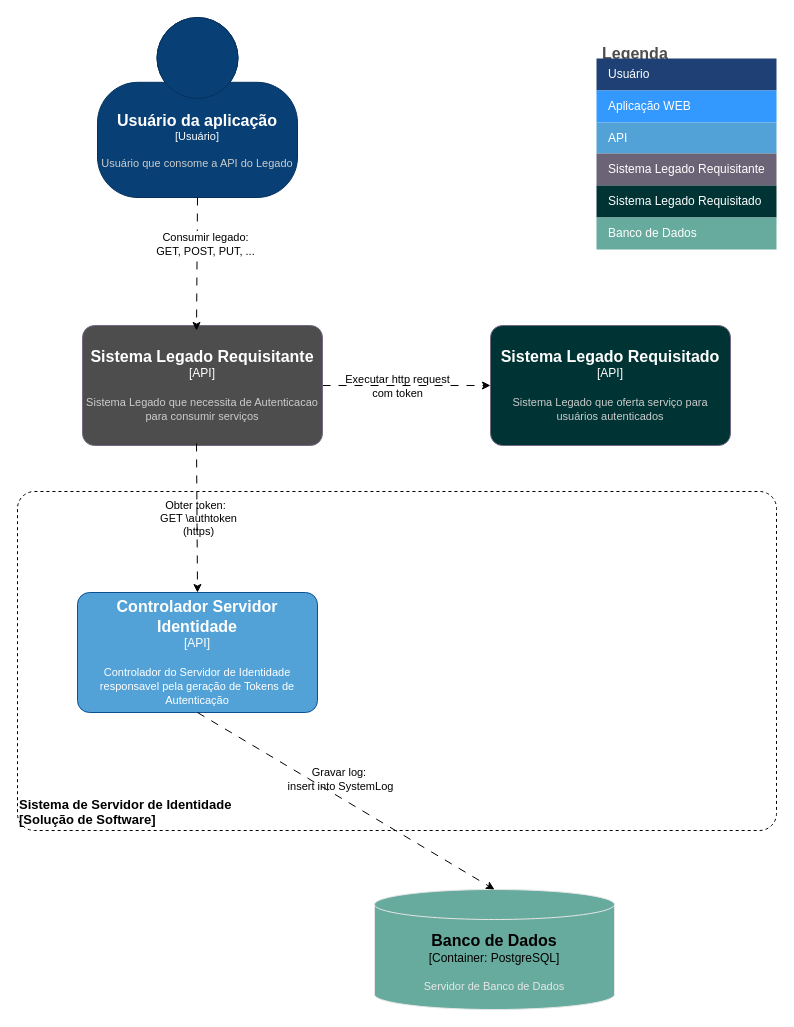
This is page "Container - Controlador" (5 of 8) of Sprint 1/Projeto Aplicado.drawio from luisfabiosm/Projeto-Aplicado, a draw.io file, before an edit. Source tidied: cells renumbered, new cells numbered last; positions are measured from the earlier drawing's top-left corner, leaving out a move shared by most shapes. Both pictures are drawn from the tidied source at 100%, with x=0, y=0 at pixel (17, 17).
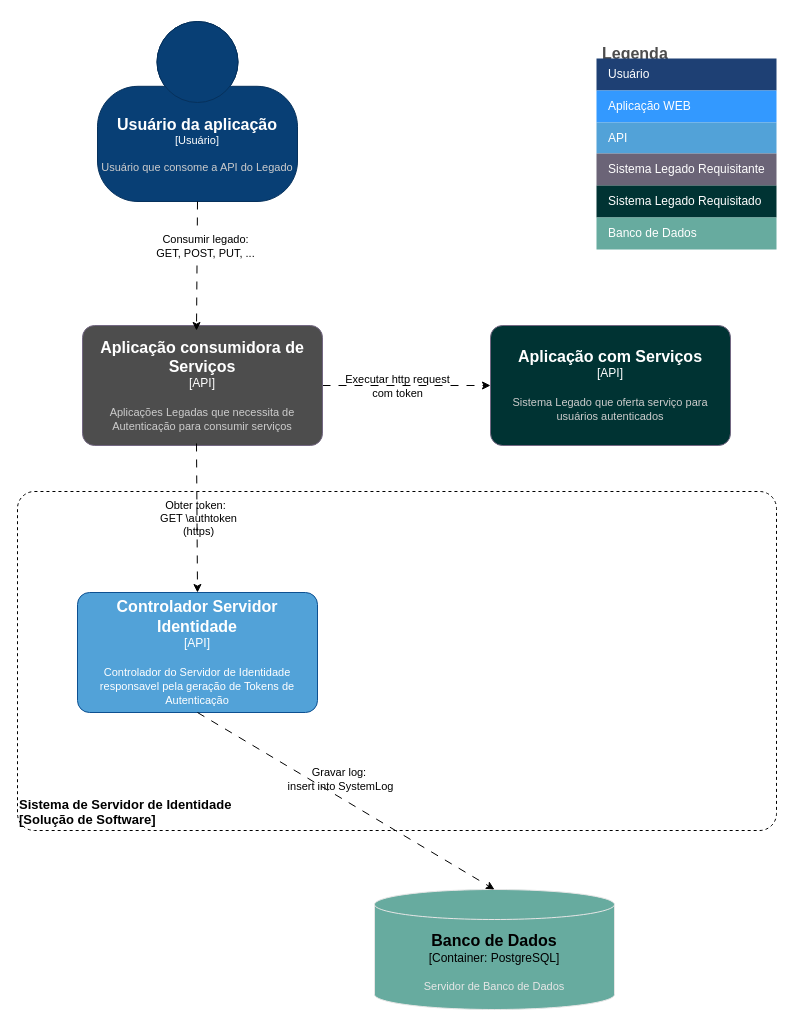
Above is the later version.

The edit, as a diff of the source:
```diff
@@
-    <object id="9" label="&lt;font style=&quot;font-size: 16px&quot;&gt;&lt;b&gt;%c4Name%&lt;/b&gt;&lt;/font&gt;&lt;div&gt;[%c4Type%]&lt;/div&gt;&lt;br&gt;&lt;div&gt;&lt;font style=&quot;font-size: 11px&quot;&gt;&lt;font color=&quot;#cccccc&quot;&gt;%c4Description%&lt;/font&gt;&lt;/div&gt;" c4Description="Sistema Legado que necessita de Autenticacao para consumir serviços" c4Name="Sistema Legado Requisitante" c4Type="API" placeholders="1">
+    <object id="9" label="&lt;font style=&quot;font-size: 16px&quot;&gt;&lt;b&gt;%c4Name%&lt;/b&gt;&lt;/font&gt;&lt;div&gt;[%c4Type%]&lt;/div&gt;&lt;br&gt;&lt;div&gt;&lt;font style=&quot;font-size: 11px&quot;&gt;&lt;font color=&quot;#cccccc&quot;&gt;%c4Description%&lt;/font&gt;&lt;/div&gt;" c4Description="Aplicações Legadas que necessita de Autenticação para consumir serviços" c4Name="Aplicação consumidora de Serviços" c4Type="API" placeholders="1">
       <mxCell style="rounded=1;whiteSpace=wrap;html=1;labelBackgroundColor=none;fillColor=#4D4D4D;fontColor=#ffffff;align=center;arcSize=10;strokeColor=#736782;points=[[0.25,0,0],[0.5,0,0],[0.75,0,0],[1,0.25,0],[1,0.5,0],[1,0.75,0],[0.75,1,0],[0.5,1,0],[0.25,1,0],[0,0.75,0],[0,0.5,0],[0,0.25,0]];" parent="1" vertex="1">
         <mxGeometry x="65" y="308" width="240" height="120" as="geometry" />
       </mxCell>
     </object>
@@
-    <object id="12" label="&lt;font style=&quot;font-size: 16px&quot;&gt;&lt;b&gt;%c4Name%&lt;/b&gt;&lt;/font&gt;&lt;div&gt;[%c4Type%]&lt;/div&gt;&lt;br&gt;&lt;div&gt;&lt;font style=&quot;font-size: 11px&quot;&gt;&lt;font color=&quot;#cccccc&quot;&gt;%c4Description%&lt;/font&gt;&lt;/div&gt;" c4Description="Sistema Legado que oferta serviço para usuários autenticados" c4Name="Sistema Legado Requisitado" c4Type="API" placeholders="1">
+    <object id="12" label="&lt;font style=&quot;font-size: 16px&quot;&gt;&lt;b&gt;%c4Name%&lt;/b&gt;&lt;/font&gt;&lt;div&gt;[%c4Type%]&lt;/div&gt;&lt;br&gt;&lt;div&gt;&lt;font style=&quot;font-size: 11px&quot;&gt;&lt;font color=&quot;#cccccc&quot;&gt;%c4Description%&lt;/font&gt;&lt;/div&gt;" c4Description="Sistema Legado que oferta serviço para usuários autenticados" c4Name="Aplicação com Serviços" c4Type="API" placeholders="1">
       <mxCell style="rounded=1;whiteSpace=wrap;html=1;labelBackgroundColor=none;fillColor=#003333;fontColor=#ffffff;align=center;arcSize=10;strokeColor=#736782;points=[[0.25,0,0],[0.5,0,0],[0.75,0,0],[1,0.25,0],[1,0.5,0],[1,0.75,0],[0.75,1,0],[0.5,1,0],[0.25,1,0],[0,0.75,0],[0,0.5,0],[0,0.25,0]];" parent="1" vertex="1">
         <mxGeometry x="473" y="308" width="240" height="120" as="geometry" />
       </mxCell>
     </object>
@@
     <object id="26" label="&lt;font style=&quot;font-size: 16px&quot;&gt;&lt;b&gt;%c4Name%&lt;/b&gt;&lt;/font&gt;&lt;div&gt;[%c4Type%]&lt;/div&gt;&lt;br&gt;&lt;div&gt;&lt;font style=&quot;font-size: 11px&quot;&gt;&lt;font color=&quot;#cccccc&quot;&gt;%c4Description%&lt;/font&gt;&lt;/div&gt;" c4Description="Usuário que consome a API do Legado" c4Name="Usuário da aplicação" c4Type="Usuário" placeholders="1">
       <mxCell style="html=1;fontSize=11;dashed=0;whiteSpace=wrap;fillColor=#083F75;strokeColor=#06315C;fontColor=#ffffff;shape=mxgraph.c4.person2;align=center;points=[[0.5,0,0],[1,0.5,0],[1,0.75,0],[0.75,1,0],[0.5,1,0],[0.25,1,0],[0,0.75,0],[0,0.5,0]];" parent="1" vertex="1">
-        <mxGeometry x="80" width="200" height="180" as="geometry" />
+        <mxGeometry x="80" y="4" width="200" height="180" as="geometry" />
       </mxCell>
     </object>
```
